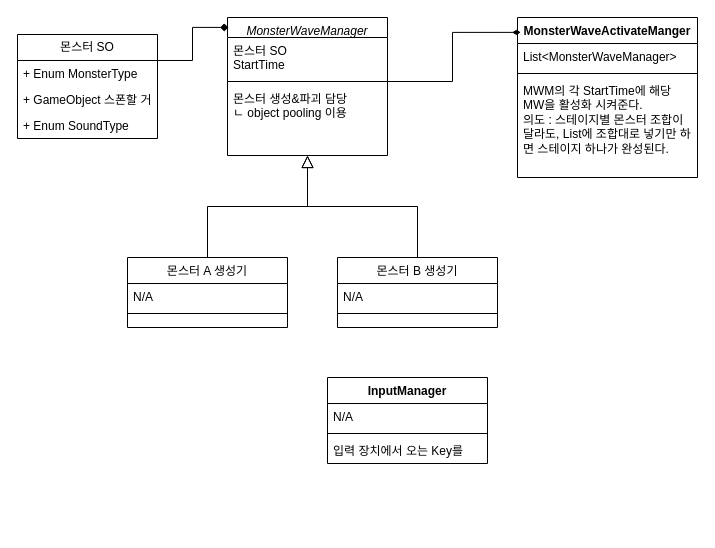
The draw.io diagram TheMonk.drawio in dubidubob/Unijam3, before the edit. Source tidied: cells renumbered, new cells numbered last; positions are measured from the earlier drawing's top-left corner, leaving out a move shared by most shapes. Both pictures are drawn from the tidied source at 100%, with x=0, y=0 at pixel (17, 17).
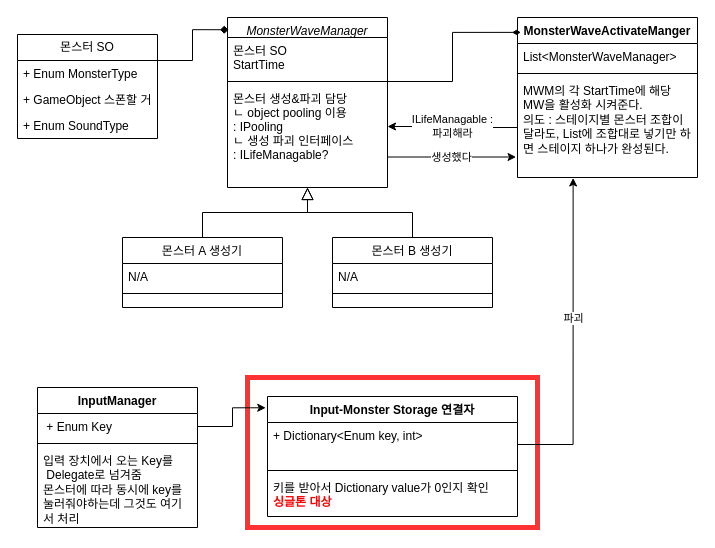
After the change.

Unchanged cells that the change refers to:
```xml
<mxCell id="17" value="MWM의 각 StartTime에 해당 MW을 활성화 시켜준다.&lt;br&gt;의도 : 스테이지별 몬스터 조합이 달라도, List에 조합대로 넣기만 하면 스테이지 하나가 완성된다." style="text;strokeColor=none;fillColor=none;align=left;verticalAlign=top;spacingLeft=4;spacingRight=4;overflow=hidden;points=[[0,0.5],[1,0.5]];portConstraint=eastwest;whiteSpace=wrap;html=1;" parent="14" vertex="1">
  <mxGeometry y="60" width="180" height="100" as="geometry" />
</mxCell>
```

What changed in the source:
```diff
@@
+    <mxCell id="28" style="rounded=0;whiteSpace=wrap;html=1;fillColor=none;strokeColor=#FF3333;strokeWidth=5;" parent="1" vertex="1">
+      <mxGeometry x="230" y="360" width="290" height="150" as="geometry" />
+    </mxCell>
     <mxCell id="2" value="MonsterWaveManager" style="swimlane;fontStyle=2;align=center;verticalAlign=top;horizontal=1;startSize=20;rounded=0;shadow=0;strokeWidth=1;" parent="1" vertex="1">
-      <mxGeometry x="210" width="160" height="138" as="geometry" />
+      <mxGeometry x="210" width="160" height="170" as="geometry" />
     </mxCell>
@@
-    <mxCell id="5" value="몬스터 생성&amp;파괴 담당&#10;ㄴ object pooling 이용" style="text;align=left;verticalAlign=top;spacingLeft=4;spacingRight=4;overflow=hidden;points=[[0,0.5],[1,0.5]];portConstraint=eastwest;" parent="2" vertex="1">
-      <mxGeometry y="68" width="160" height="46" as="geometry" />
+    <mxCell id="5" value="몬스터 생성&amp;파괴 담당&#10;ㄴ object pooling 이용&#10;: IPooling&#10;ㄴ 생성 파괴 인터페이스&#10;: ILifeManagable?&#10;" style="text;align=left;verticalAlign=top;spacingLeft=4;spacingRight=4;overflow=hidden;points=[[0,0.5],[1,0.5]];portConstraint=eastwest;" parent="2" vertex="1">
+      <mxGeometry y="68" width="160" height="82" as="geometry" />
     </mxCell>
     <mxCell id="6" value="몬스터 A 생성기" style="swimlane;fontStyle=0;align=center;verticalAlign=top;horizontal=1;startSize=26;rounded=0;shadow=0;strokeWidth=1;" parent="1" vertex="1">
-      <mxGeometry x="110" y="240" width="160" height="70" as="geometry" />
+      <mxGeometry x="105" y="220" width="160" height="70" as="geometry" />
     </mxCell>
@@
     <mxCell id="10" value="몬스터 B 생성기" style="swimlane;fontStyle=0;align=center;verticalAlign=top;horizontal=1;startSize=26;rounded=0;shadow=0;strokeWidth=1;" parent="1" vertex="1">
-      <mxGeometry x="320" y="240" width="160" height="70" as="geometry" />
+      <mxGeometry x="315" y="220" width="160" height="70" as="geometry" />
     </mxCell>
@@
     <mxCell id="24" value="InputManager" style="swimlane;fontStyle=1;align=center;verticalAlign=top;horizontal=1;startSize=26;whiteSpace=wrap;html=1;" parent="1" vertex="1">
-      <mxGeometry x="310" y="360" width="160" height="86" as="geometry" />
+      <mxGeometry x="20" y="370" width="160" height="140" as="geometry" />
     </mxCell>
-    <mxCell id="25" value="N/A" style="text;strokeColor=none;fillColor=none;align=left;verticalAlign=top;spacingLeft=4;spacingRight=4;overflow=hidden;points=[[0,0.5],[1,0.5]];portConstraint=eastwest;whiteSpace=wrap;html=1;" parent="24" vertex="1">
+    <mxCell id="25" value="&amp;nbsp;+ Enum Key" style="text;strokeColor=none;fillColor=none;align=left;verticalAlign=top;spacingLeft=4;spacingRight=4;overflow=hidden;points=[[0,0.5],[1,0.5]];portConstraint=eastwest;whiteSpace=wrap;html=1;" parent="24" vertex="1">
       <mxGeometry y="26" width="160" height="26" as="geometry" />
     </mxCell>
@@
-    <mxCell id="27" value="입력 장치에서 오는 Key를&amp;nbsp;" style="text;strokeColor=none;fillColor=none;align=left;verticalAlign=top;spacingLeft=4;spacingRight=4;overflow=hidden;whiteSpace=wrap;html=1;" parent="24" vertex="1">
-      <mxGeometry y="60" width="160" height="26" as="geometry" />
+    <mxCell id="27" value="입력 장치에서 오는 Key를&amp;nbsp;&lt;br&gt;&amp;nbsp;Delegate로 넘겨줌&lt;br&gt;몬스터에 따라 동시에 key를 눌러줘야하는데 그것도 여기서 처리" style="text;strokeColor=none;fillColor=none;align=left;verticalAlign=top;spacingLeft=4;spacingRight=4;overflow=hidden;whiteSpace=wrap;html=1;" parent="24" vertex="1">
+      <mxGeometry y="60" width="160" height="80" as="geometry" />
     </mxCell>
+    <mxCell id="29" value="Input-Monster Storage 연결자" style="swimlane;fontStyle=1;align=center;verticalAlign=top;horizontal=1;startSize=26;whiteSpace=wrap;html=1;" parent="1" vertex="1">
+      <mxGeometry x="250" y="379" width="250" height="120" as="geometry" />
+    </mxCell>
+    <mxCell id="30" value="+ Dictionary&amp;lt;Enum key, int&amp;gt;" style="text;strokeColor=none;fillColor=none;align=left;verticalAlign=top;spacingLeft=4;spacingRight=4;overflow=hidden;points=[[0,0.5],[1,0.5]];portConstraint=eastwest;whiteSpace=wrap;html=1;" parent="29" vertex="1">
+      <mxGeometry y="26" width="250" height="44" as="geometry" />
+    </mxCell>
+    <mxCell id="31" style="line;strokeWidth=1;fillColor=none;align=left;verticalAlign=middle;spacingTop=-1;spacingLeft=3;spacingRight=3;labelPosition=right;strokeColor=inherit;" parent="29" vertex="1">
+      <mxGeometry y="70" width="250" height="8" as="geometry" />
+    </mxCell>
+    <mxCell id="32" value="키를 받아서 Dictionary value가 0인지 확인&lt;div&gt;&lt;b&gt;&lt;font style=&quot;color: rgb(255, 0, 0);&quot;&gt;싱글톤 대상&lt;/font&gt;&lt;/b&gt;&lt;/div&gt;" style="text;strokeColor=none;fillColor=none;align=left;verticalAlign=top;spacingLeft=4;spacingRight=4;overflow=hidden;whiteSpace=wrap;html=1;" parent="29" vertex="1">
+      <mxGeometry y="78" width="250" height="42" as="geometry" />
+    </mxCell>
+    <mxCell id="33" style="edgeStyle=orthogonalEdgeStyle;rounded=0;jettySize=auto;html=1;exitX=1;exitY=0.5;exitDx=0;exitDy=0;entryX=-0.007;entryY=0.094;entryDx=0;entryDy=0;entryPerimeter=0;" parent="1" edge="1" source="25" target="29">
+      <mxGeometry relative="1" as="geometry" />
+    </mxCell>
+    <mxCell id="34" style="edgeStyle=orthogonalEdgeStyle;rounded=0;jettySize=auto;html=1;exitX=1;exitY=0.5;exitDx=0;exitDy=0;entryX=0.309;entryY=1.005;entryDx=0;entryDy=0;entryPerimeter=0;" parent="1" edge="1" source="30" target="17">
+      <mxGeometry relative="1" as="geometry" />
+    </mxCell>
+    <mxCell id="35" value="파괴" style="edgeLabel;html=1;align=center;verticalAlign=middle;" parent="34" vertex="1">
+      <mxGeometry x="0.13" relative="1" as="geometry" />
+    </mxCell>
+    <mxCell id="36" value="ILifeManagable :&lt;br&gt;파괴해라" style="edgeStyle=orthogonalEdgeStyle;rounded=0;jettySize=auto;html=1;exitX=0;exitY=0.5;exitDx=0;exitDy=0;entryX=1;entryY=0.5;entryDx=0;entryDy=0;" parent="1" edge="1" source="17" target="5">
+      <mxGeometry relative="1" as="geometry" />
+    </mxCell>
+    <mxCell id="37" value="생성했다" style="edgeStyle=orthogonalEdgeStyle;rounded=0;jettySize=auto;html=1;entryX=-0.008;entryY=0.795;entryDx=0;entryDy=0;entryPerimeter=0;" parent="1" edge="1" source="5" target="17">
+      <mxGeometry relative="1" as="geometry">
+        <Array as="points">
+          <mxPoint x="435" y="140" />
+        </Array>
+      </mxGeometry>
+    </mxCell>
```
